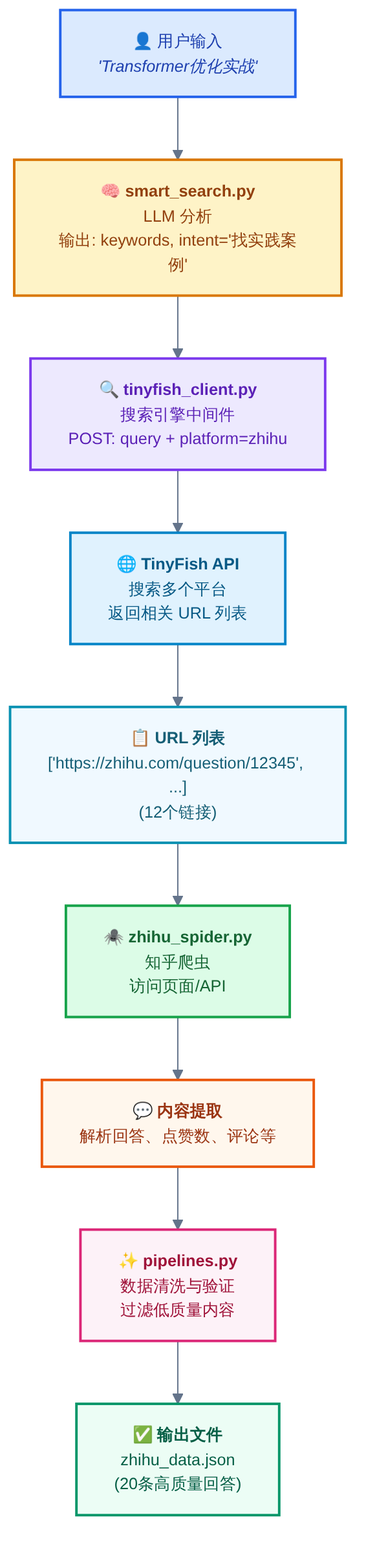
This is docs/diagrams/zhihu-flow.png from quetzal-china/KnowledgeHub, a Mermaid export, as it was before one commit. Its source is kept beside it as docs/diagrams/zhihu-flow.mmd. The source it was exported from:
```mermaid
%%{init: {'theme': 'base', 'themeVariables': { 'primaryColor': '#eff6ff', 'primaryBorderColor': '#3b82f6', 'lineColor': '#64748b', 'fontSize': '13px'}}}%%
flowchart TD
    A["👤 用户输入<br/><i>'Transformer优化实战'</i>"] --> B["🧠 <b>smart_search.py</b><br/>LLM 分析<br/>输出: keywords, intent='找实践案例'"]

    B --> C["🔍 <b>tinyfish_client.py</b><br/>搜索引擎中间件<br/>POST: query + platform=zhihu"]

    C --> D["🌐 <b>TinyFish API</b><br/>搜索多个平台<br/>返回相关 URL 列表"]

    D --> E["📋 <b>URL 列表</b><br/>['https://zhihu.com/question/12345', ...]<br/>(12个链接)"]

    E --> F["🕷️ <b>zhihu_spider.py</b><br/>知乎爬虫<br/>访问页面/API"]

    F --> G["💬 <b>内容提取</b><br/>解析回答、点赞数、评论等"]

    G --> H["✨ <b>pipelines.py</b><br/>数据清洗与验证<br/>过滤低质量内容"]

    H --> I["✅ <b>输出文件</b><br/>zhihu_data.json<br/>(20条高质量回答)"]

    style A fill:#dbeafe,stroke:#2563eb,stroke-width:2px,color:#1e40af
    style B fill:#fef3c7,stroke:#d97706,stroke-width:2px,color:#92400e
    style C fill:#ede9fe,stroke:#7c3aed,stroke-width:2px,color:#5b21b6
    style D fill:#e0f2fe,stroke:#0284c7,stroke-width:2px,color:#075985
    style E fill:#f0f9ff,stroke:#0891b2,stroke-width:2px,color:#155e75
    style F fill:#dcfce7,stroke:#16a34a,stroke-width:2px,color:#166534
    style G fill:#fff7ed,stroke:#ea580c,stroke-width:2px,color:#9a3412
    style H fill:#fdf2f8,stroke:#db2777,stroke-width:2px,color:#9f1239
    style I fill:#ecfdf5,stroke:#059669,stroke-width:2px,color:#065f46
```
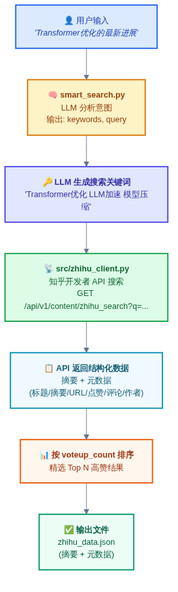
The same file after the commit.

What changed in the source:
```diff
@@ -1,27 +1,21 @@
 %%{init: {'theme': 'base', 'themeVariables': { 'primaryColor': '#eff6ff', 'primaryBorderColor': '#3b82f6', 'lineColor': '#64748b', 'fontSize': '13px'}}}%%
 flowchart TD
-    A["👤 用户输入<br/><i>'Transformer优化实战'</i>"] --> B["🧠 <b>smart_search.py</b><br/>LLM 分析<br/>输出: keywords, intent='找实践案例'"]
+    A["👤 用户输入<br/><i>'Transformer优化的最新进展'</i>"] --> B["🧠 <b>smart_search.py</b><br/>LLM 分析意图<br/>输出: keywords, query"]
 
-    B --> C["🔍 <b>tinyfish_client.py</b><br/>搜索引擎中间件<br/>POST: query + platform=zhihu"]
+    B --> C["🔑 <b>LLM 生成搜索关键词</b><br/>'Transformer优化 LLM加速 模型压缩'"]
 
-    C --> D["🌐 <b>TinyFish API</b><br/>搜索多个平台<br/>返回相关 URL 列表"]
+    C --> D["📡 <b>src/zhihu_client.py</b><br/>知乎开发者 API 搜索<br/>GET /api/v1/content/zhihu_search?q=..."]
 
-    D --> E["📋 <b>URL 列表</b><br/>['https://zhihu.com/question/12345', ...]<br/>(12个链接)"]
+    D --> E["📋 <b>API 返回结构化数据</b><br/>摘要 + 元数据<br/>(标题/摘要/URL/点赞/评论/作者)"]
 
-    E --> F["🕷️ <b>zhihu_spider.py</b><br/>知乎爬虫<br/>访问页面/API"]
+    E --> F["📊 <b>按 voteup_count 排序</b><br/>精选 Top N 高赞结果"]
 
-    F --> G["💬 <b>内容提取</b><br/>解析回答、点赞数、评论等"]
-
-    G --> H["✨ <b>pipelines.py</b><br/>数据清洗与验证<br/>过滤低质量内容"]
-
-    H --> I["✅ <b>输出文件</b><br/>zhihu_data.json<br/>(20条高质量回答)"]
+    F --> G["✅ <b>输出文件</b><br/>zhihu_data.json<br/>(摘要 + 元数据)"]
 
     style A fill:#dbeafe,stroke:#2563eb,stroke-width:2px,color:#1e40af
     style B fill:#fef3c7,stroke:#d97706,stroke-width:2px,color:#92400e
-    style C fill:#ede9fe,stroke:#7c3aed,stroke-width:2px,color:#5b21b6
-    style D fill:#e0f2fe,stroke:#0284c7,stroke-width:2px,color:#075985
+    style C fill:#e0e7ff,stroke:#4f46e5,stroke-width:2px,color:#3730a3
+    style D fill:#dcfce7,stroke:#16a34a,stroke-width:2px,color:#166534
     style E fill:#f0f9ff,stroke:#0891b2,stroke-width:2px,color:#155e75
-    style F fill:#dcfce7,stroke:#16a34a,stroke-width:2px,color:#166534
-    style G fill:#fff7ed,stroke:#ea580c,stroke-width:2px,color:#9a3412
-    style H fill:#fdf2f8,stroke:#db2777,stroke-width:2px,color:#9f1239
-    style I fill:#ecfdf5,stroke:#059669,stroke-width:2px,color:#065f46
+    style F fill:#fff7ed,stroke:#ea580c,stroke-width:2px,color:#9a3412
+    style G fill:#ecfdf5,stroke:#059669,stroke-width:2px,color:#065f46
```
